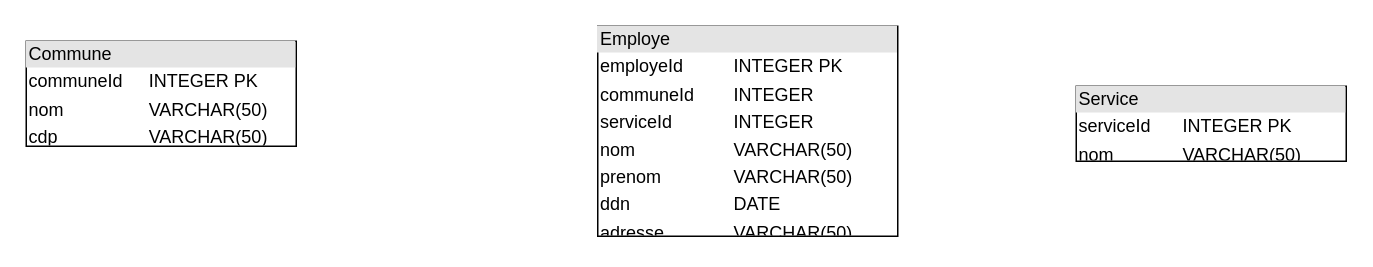
Earlier version of the draw.io diagram Untitled Diagram.drawio (alspin8/SGBD-website). Source tidied: cells renumbered, new cells numbered last; positions are measured from the earlier drawing's top-left corner, leaving out a move shared by most shapes. Both pictures are drawn from the tidied source at 150%, with x=0, y=0 at pixel (26, 26).
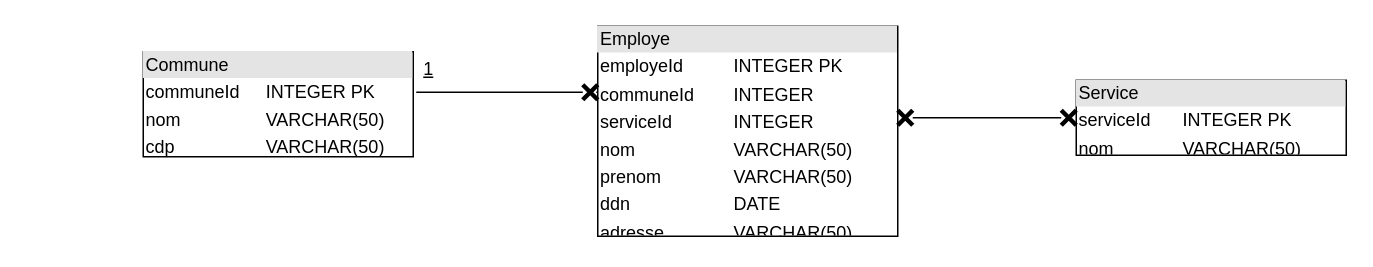
The same page after the edit.

What changed in the source:
```diff
@@
 <mxGraphModel>
   <root>
     <mxCell id="0" />
     <mxCell id="1" parent="0" />
     <mxCell id="2" value="&lt;div style=&quot;box-sizing:border-box;width:100%;background:#e4e4e4;padding:2px;&quot;&gt;Commune&lt;/div&gt;&lt;table style=&quot;width:100%;font-size:1em;&quot; cellpadding=&quot;2&quot; cellspacing=&quot;0&quot;&gt;&lt;tbody&gt;&lt;tr&gt;&lt;td&gt;communeId&lt;/td&gt;&lt;td&gt;INTEGER PK&lt;/td&gt;&lt;/tr&gt;&lt;tr&gt;&lt;td&gt;nom&lt;/td&gt;&lt;td&gt;VARCHAR(50)&lt;/td&gt;&lt;/tr&gt;&lt;tr&gt;&lt;td&gt;cdp&lt;/td&gt;&lt;td&gt;VARCHAR(50)&lt;/td&gt;&lt;/tr&gt;&lt;/tbody&gt;&lt;/table&gt;" style="verticalAlign=top;align=left;overflow=fill;html=1;" parent="1" vertex="1">
-      <mxGeometry y="10" width="180" height="70" as="geometry" />
+      <mxGeometry x="78" y="17" width="180" height="70" as="geometry" />
     </mxCell>
     <mxCell id="3" value="&lt;div style=&quot;box-sizing:border-box;width:100%;background:#e4e4e4;padding:2px;&quot;&gt;Employe&lt;/div&gt;&lt;table style=&quot;width:100%;font-size:1em;&quot; cellpadding=&quot;2&quot; cellspacing=&quot;0&quot;&gt;&lt;tbody&gt;&lt;tr&gt;&lt;td&gt;employeId&lt;/td&gt;&lt;td&gt;INTEGER PK&lt;/td&gt;&lt;/tr&gt;&lt;tr&gt;&lt;td&gt;communeId&lt;/td&gt;&lt;td&gt;INTEGER&amp;nbsp;&lt;/td&gt;&lt;/tr&gt;&lt;tr&gt;&lt;td&gt;serviceId&lt;/td&gt;&lt;td&gt;INTEGER&lt;/td&gt;&lt;/tr&gt;&lt;tr&gt;&lt;td&gt;nom&lt;/td&gt;&lt;td&gt;VARCHAR(50)&lt;/td&gt;&lt;/tr&gt;&lt;tr&gt;&lt;td&gt;prenom&lt;/td&gt;&lt;td&gt;VARCHAR(50)&lt;/td&gt;&lt;/tr&gt;&lt;tr&gt;&lt;td&gt;ddn&lt;/td&gt;&lt;td&gt;DATE&lt;/td&gt;&lt;/tr&gt;&lt;tr&gt;&lt;td&gt;adresse&lt;/td&gt;&lt;td&gt;VARCHAR(50)&lt;/td&gt;&lt;/tr&gt;&lt;/tbody&gt;&lt;/table&gt;" style="verticalAlign=top;align=left;overflow=fill;html=1;" parent="1" vertex="1">
       <mxGeometry x="381" width="200" height="140" as="geometry" />
     </mxCell>
     <mxCell id="4" value="&lt;div style=&quot;box-sizing:border-box;width:100%;background:#e4e4e4;padding:2px;&quot;&gt;Service&lt;/div&gt;&lt;table style=&quot;width:100%;font-size:1em;&quot; cellpadding=&quot;2&quot; cellspacing=&quot;0&quot;&gt;&lt;tbody&gt;&lt;tr&gt;&lt;td&gt;serviceId&lt;/td&gt;&lt;td&gt;INTEGER PK&lt;/td&gt;&lt;/tr&gt;&lt;tr&gt;&lt;td&gt;nom&lt;/td&gt;&lt;td&gt;VARCHAR(50)&lt;/td&gt;&lt;/tr&gt;&lt;/tbody&gt;&lt;/table&gt;" style="verticalAlign=top;align=left;overflow=fill;html=1;" parent="1" vertex="1">
-      <mxGeometry x="700" y="40" width="180" height="50" as="geometry" />
+      <mxGeometry x="700" y="36" width="180" height="50" as="geometry" />
     </mxCell>
+    <mxCell id="5" style="endArrow=none;html=1;rounded=0;startArrow=none;" parent="1" edge="1" source="11">
+      <mxGeometry relative="1" as="geometry">
+        <mxPoint x="380" y="44" as="targetPoint" />
+      </mxGeometry>
+    </mxCell>
+    <mxCell id="6" style="endArrow=none;html=1;rounded=0;startArrow=none;" parent="1" edge="1" source="7">
+      <mxGeometry relative="1" as="geometry">
+        <mxPoint x="700" y="61" as="targetPoint" />
+      </mxGeometry>
+    </mxCell>
+    <mxCell id="7" style="shape=umlDestroy;whiteSpace=wrap;html=1;strokeWidth=3;" parent="1" vertex="1">
+      <mxGeometry x="690" y="56" width="10" height="10" as="geometry" />
+    </mxCell>
+    <mxCell id="8" style="endArrow=none;html=1;rounded=0;startArrow=none;" parent="1" edge="1" source="9" target="7">
+      <mxGeometry relative="1" as="geometry" />
+    </mxCell>
+    <mxCell id="9" style="shape=umlDestroy;whiteSpace=wrap;html=1;strokeWidth=3;" parent="1" vertex="1">
+      <mxGeometry x="581" y="56" width="10" height="10" as="geometry" />
+    </mxCell>
+    <mxCell id="10" style="endArrow=none;html=1;rounded=0;" parent="1" edge="1" target="9">
+      <mxGeometry relative="1" as="geometry">
+        <mxPoint x="581" y="61.4" as="sourcePoint" />
+      </mxGeometry>
+    </mxCell>
+    <mxCell id="11" style="shape=umlDestroy;whiteSpace=wrap;html=1;strokeWidth=3;" parent="1" vertex="1">
+      <mxGeometry x="371" y="39" width="10" height="10" as="geometry" />
+    </mxCell>
+    <mxCell id="12" style="endArrow=none;html=1;rounded=0;" parent="1" edge="1" target="11">
+      <mxGeometry relative="1" as="geometry">
+        <mxPoint x="260" y="44" as="sourcePoint" />
+      </mxGeometry>
+    </mxCell>
+    <mxCell id="13" value="&lt;u&gt;1&lt;/u&gt;" style="text;html=1;align=center;verticalAlign=middle;strokeColor=none;fillColor=none;" parent="1" vertex="1">
+      <mxGeometry x="258" y="19" width="20" height="20" as="geometry" />
+    </mxCell>
   </root>
 </mxGraphModel>
```
